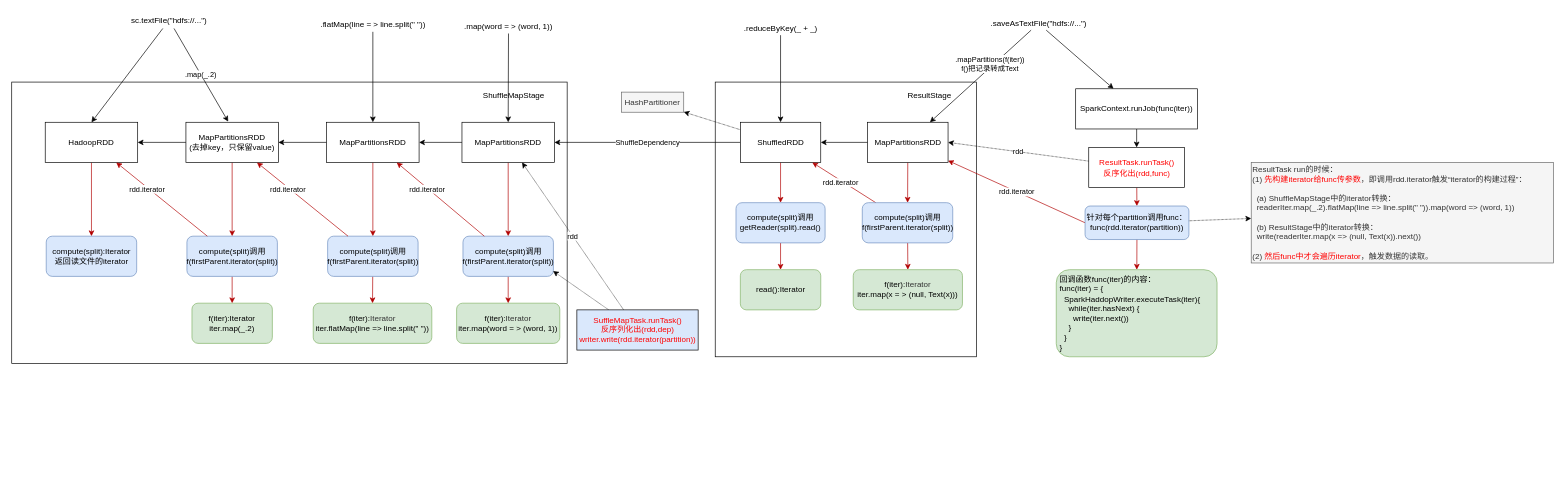
Earlier version of the draw.io diagram page "word count" (2 of 16) of Spark/源码分析/Spark.drawio (marsno1/notes). Source tidied: cells renumbered, new cells numbered last; positions are measured from the earlier drawing's top-left corner, leaving out a move shared by most shapes. Both pictures are drawn from the tidied source at 67%, with x=0, y=0 at pixel (11, 11).
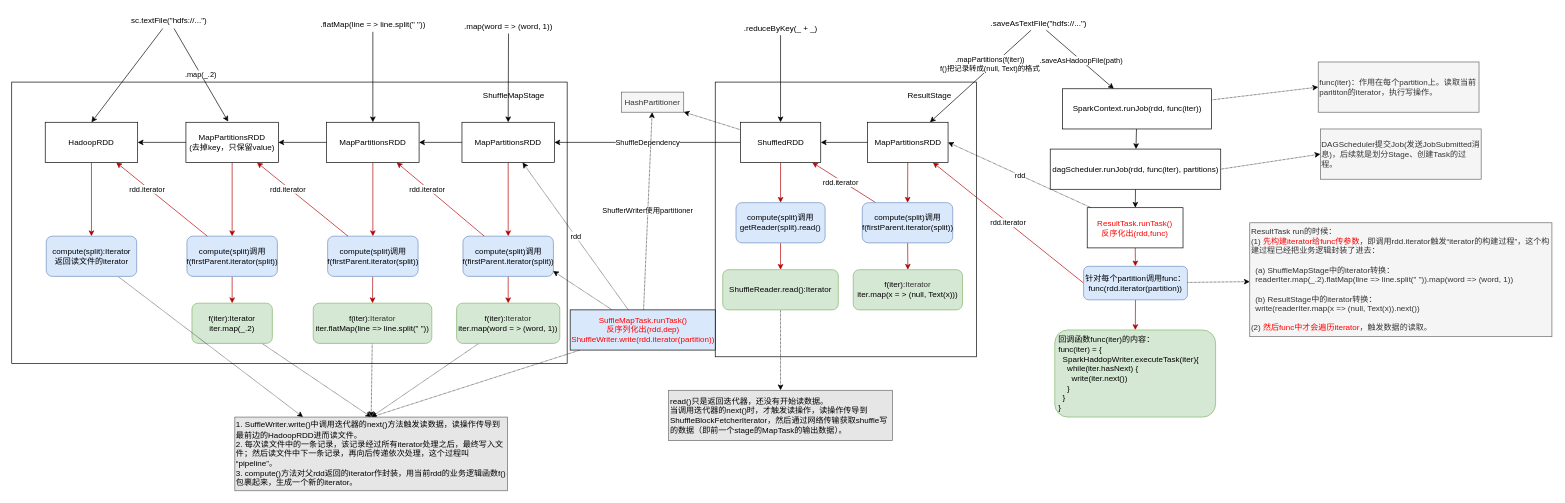
The same diagram, later.

The change refers to these unchanged cells:
```xml
<mxCell id="11" value="HashPartitioner" style="rounded=0;whiteSpace=wrap;html=1;fillColor=#f5f5f5;strokeColor=#666666;fontColor=#333333;" parent="1" vertex="1">
  <mxGeometry x="910" y="120" width="93" height="30" as="geometry" />
</mxCell>
<mxCell id="37" value="MapPartitionsRDD" style="rounded=0;whiteSpace=wrap;html=1;" parent="1" vertex="1">
  <mxGeometry x="1277.5" y="165" width="120" height="60" as="geometry" />
</mxCell>
<mxCell id="48" value="f(iter):&lt;span style=&quot;color: rgb(51 , 51 , 51)&quot;&gt;Iterator&lt;/span&gt;&lt;br&gt;iter.map(&lt;span style=&quot;color: rgb(0 , 0 , 0)&quot;&gt;word = &amp;gt; (word, 1)&lt;/span&gt;)" style="rounded=1;whiteSpace=wrap;html=1;fillColor=#d5e8d4;strokeColor=#82b366;" parent="1" vertex="1">
  <mxGeometry x="664" y="435" width="154" height="60" as="geometry" />
</mxCell>
<mxCell id="52" value="f(iter):&lt;span style=&quot;color: rgb(51 , 51 , 51)&quot;&gt;Iterator&lt;/span&gt;&lt;br&gt;iter.flatMap(line =&amp;gt; line.split(&quot; &quot;))" style="rounded=1;whiteSpace=wrap;html=1;fillColor=#d5e8d4;strokeColor=#82b366;" parent="1" vertex="1">
  <mxGeometry x="450" y="435" width="177" height="60" as="geometry" />
</mxCell>
<mxCell id="56" value="f(iter):Iterator&lt;br&gt;iter.map(_.2)" style="rounded=1;whiteSpace=wrap;html=1;fillColor=#d5e8d4;strokeColor=#82b366;" parent="1" vertex="1">
  <mxGeometry x="269" y="435" width="120" height="60" as="geometry" />
</mxCell>
<mxCell id="60" value="&lt;span&gt;compute(split):Iterator&lt;br&gt;返回读文件的iterator&lt;/span&gt;" style="rounded=1;whiteSpace=wrap;html=1;fillColor=#dae8fc;strokeColor=#6c8ebf;" parent="1" vertex="1">
  <mxGeometry x="51.5" y="335" width="135" height="60" as="geometry" />
</mxCell>
<mxCell id="61" style="edgeStyle=none;rounded=0;jettySize=auto;html=1;startArrow=none;startFill=0;endArrow=classic;endFill=1;" parent="1" edge="1" source="63" target="65">
  <mxGeometry relative="1" as="geometry" />
</mxCell>
<mxCell id="63" value=".saveAsTextFile(&quot;hdfs://...&quot;)" style="text;html=1;strokeColor=none;fillColor=none;align=center;verticalAlign=middle;whiteSpace=wrap;rounded=0;" parent="1" vertex="1">
  <mxGeometry x="1457.5" y="7.5" width="150" height="20" as="geometry" />
</mxCell>
```

The edit, as a diff of the source:
```diff
@@
     <mxCell id="34" value="&lt;font color=&quot;#ff0000&quot;&gt;ResultTask.runTask()&lt;br&gt;反序化出(rdd,func)&lt;/font&gt;" style="rounded=0;whiteSpace=wrap;html=1;" parent="1" vertex="1">
-      <mxGeometry x="1607.5" y="202.5" width="143" height="60" as="geometry" />
+      <mxGeometry x="1605.2" y="292.5" width="143" height="60" as="geometry" />
     </mxCell>
@@
     <mxCell id="40" value="&amp;nbsp;回调函数func(iter)的内容：&lt;br&gt;&amp;nbsp;func(iter) = {&lt;br&gt;&amp;nbsp; &amp;nbsp;SparkHaddopWriter.executeTask(iter)&lt;span&gt;{&lt;/span&gt;&lt;br&gt;&lt;span&gt;&amp;nbsp; &amp;nbsp; &amp;nbsp;while(iter.hasNext) {&lt;/span&gt;&lt;br&gt;&lt;span&gt;&amp;nbsp; &amp;nbsp; &amp;nbsp; &amp;nbsp;write(iter.next())&lt;/span&gt;&lt;br&gt;&lt;span&gt;&amp;nbsp; &amp;nbsp; &amp;nbsp;}&lt;/span&gt;&lt;br&gt;&lt;span&gt;&amp;nbsp; &amp;nbsp;}&lt;br&gt;&amp;nbsp;}&lt;br&gt;&lt;/span&gt;" style="rounded=1;whiteSpace=wrap;html=1;align=left;fillColor=#d5e8d4;strokeColor=#82b366;" parent="1" vertex="1">
-      <mxGeometry x="1559" y="385" width="240" height="130" as="geometry" />
+      <mxGeometry x="1556.8" y="475" width="240" height="130" as="geometry" />
     </mxCell>
+    <mxCell id="71" style="edgeStyle=none;rounded=0;jettySize=auto;html=1;dashed=1;dashPattern=1 1;" parent="1" edge="1" source="41" target="85">
+      <mxGeometry relative="1" as="geometry" />
+    </mxCell>
-    <mxCell id="41" value="read():Iterator" style="rounded=1;whiteSpace=wrap;html=1;fillColor=#d5e8d4;strokeColor=#82b366;" parent="1" vertex="1">
-      <mxGeometry x="1087.5" y="385" width="120" height="60" as="geometry" />
+    <mxCell id="41" value="ShuffleReader.read():Iterator" style="rounded=1;whiteSpace=wrap;html=1;fillColor=#d5e8d4;strokeColor=#82b366;" parent="1" vertex="1">
+      <mxGeometry x="1061.2" y="385" width="172.5" height="60" as="geometry" />
     </mxCell>
@@
     <mxCell id="43" value="&lt;span&gt;针对每个partition调用func：&lt;br&gt;func(rdd.iterator(partition))&lt;/span&gt;" style="rounded=1;whiteSpace=wrap;html=1;fillColor=#DAE8FC;strokeColor=#6c8ebf;" parent="1" vertex="1">
-      <mxGeometry x="1602" y="290" width="155" height="50" as="geometry" />
+      <mxGeometry x="1599.8" y="380" width="155" height="50" as="geometry" />
     </mxCell>
@@
+    <mxCell id="72" style="edgeStyle=none;rounded=0;jettySize=auto;html=1;entryX=0.5;entryY=0;entryDx=0;entryDy=0;dashed=1;dashPattern=1 1;" parent="1" edge="1" source="48" target="86">
+      <mxGeometry relative="1" as="geometry" />
+    </mxCell>
@@
+    <mxCell id="73" style="edgeStyle=none;rounded=0;jettySize=auto;html=1;entryX=0.5;entryY=0;entryDx=0;entryDy=0;dashed=1;dashPattern=1 1;" parent="1" edge="1" source="52" target="86">
+      <mxGeometry relative="1" as="geometry" />
+    </mxCell>
@@
+    <mxCell id="74" style="edgeStyle=none;rounded=0;jettySize=auto;html=1;entryX=0.5;entryY=0;entryDx=0;entryDy=0;dashed=1;dashPattern=1 1;" parent="1" edge="1" source="56" target="86">
+      <mxGeometry relative="1" as="geometry" />
+    </mxCell>
@@
+    <mxCell id="75" style="edgeStyle=none;rounded=0;jettySize=auto;html=1;dashed=1;dashPattern=1 1;entryX=0.25;entryY=0;entryDx=0;entryDy=0;" parent="1" edge="1" source="60" target="86">
+      <mxGeometry relative="1" as="geometry" />
+    </mxCell>
@@
+    <mxCell id="76" value=".saveAsHadoopFile(path)" style="edgeLabel;html=1;align=center;verticalAlign=middle;" parent="61" vertex="1">
+      <mxGeometry x="0.02" relative="1" as="geometry" />
+    </mxCell>
-    <mxCell id="62" value=".mapPartitions(f(iter))&lt;br&gt;f()把记录转成Text" style="edgeStyle=none;rounded=0;jettySize=auto;html=1;startArrow=none;startFill=0;endArrow=classic;endFill=1;" parent="1" edge="1" source="63" target="37">
+    <mxCell id="62" value=".mapPartitions(f(iter))&lt;br&gt;f()把记录转成(null, Text)的格式" style="edgeStyle=none;rounded=0;jettySize=auto;html=1;startArrow=none;startFill=0;endArrow=classic;endFill=1;" parent="1" edge="1" source="63" target="37">
       <mxGeometry x="-0.23" y="-5" relative="1" as="geometry">
         <mxPoint y="1" as="offset" />
       </mxGeometry>
     </mxCell>
@@
-    <mxCell id="64" style="edgeStyle=none;rounded=0;jettySize=auto;html=1;startArrow=none;startFill=0;endArrow=classic;endFill=1;" parent="1" edge="1" source="65" target="34">
+    <mxCell id="64" style="edgeStyle=none;rounded=0;jettySize=auto;html=1;startArrow=none;startFill=0;endArrow=classic;endFill=1;exitX=0.5;exitY=1;exitDx=0;exitDy=0;" parent="1" edge="1" source="82" target="34">
       <mxGeometry relative="1" as="geometry" />
     </mxCell>
+    <mxCell id="77" style="edgeStyle=none;rounded=0;jettySize=auto;html=1;entryX=0;entryY=0.5;entryDx=0;entryDy=0;dashed=1;dashPattern=1 1;" parent="1" edge="1" source="65" target="81">
+      <mxGeometry relative="1" as="geometry" />
+    </mxCell>
+    <mxCell id="78" style="edgeStyle=none;rounded=0;jettySize=auto;html=1;" parent="1" edge="1" source="65" target="82">
+      <mxGeometry relative="1" as="geometry" />
+    </mxCell>
-    <mxCell id="65" value="SparkContext.runJob(func(iter))" style="rounded=0;whiteSpace=wrap;html=1;" parent="1" vertex="1">
-      <mxGeometry x="1588" y="115" width="182" height="60" as="geometry" />
+    <mxCell id="65" value="SparkContext.runJob(rdd, func(iter))" style="rounded=0;whiteSpace=wrap;html=1;" parent="1" vertex="1">
+      <mxGeometry x="1568.5" y="115" width="222" height="60" as="geometry" />
     </mxCell>
@@
-    <mxCell id="67" value="ResultTask run的时候：&lt;br&gt;(1) &lt;font color=&quot;#ff0000&quot;&gt;先构建iterator给func传参数&lt;/font&gt;，即调用rdd.iterator触发“iterator的构建过程”：&lt;br&gt;&lt;br&gt;&amp;nbsp; (a) ShuffleMapStage中的iterator转换：&lt;br&gt;&amp;nbsp; readerIter.map(_.2).flatMap(line =&amp;gt; line.split(&quot; &quot;)).map(word =&amp;gt; (word, 1))&lt;br&gt;&lt;br&gt;&amp;nbsp; (b) ResultStage中的iterator转换：&lt;br&gt;&amp;nbsp; write(readerIter.map(x =&amp;gt; (null, Text(x)).next())&lt;br&gt;&lt;br&gt;(2) &lt;font color=&quot;#ff0000&quot;&gt;然后func中才会遍历iterator&lt;/font&gt;，触发数据的读取。" style="text;html=1;strokeColor=#666666;fillColor=#f5f5f5;align=left;verticalAlign=middle;whiteSpace=wrap;rounded=0;fontColor=#333333;" parent="1" vertex="1">
-      <mxGeometry x="1850" y="225" width="451" height="150" as="geometry" />
+    <mxCell id="67" value="ResultTask run的时候：&lt;br&gt;(1) &lt;font color=&quot;#ff0000&quot;&gt;先构建iterator给func传参数&lt;/font&gt;，即调用rdd.iterator触发“iterator的构建过程”，这个构建过程已经把业务逻辑封装了进去：&lt;br&gt;&lt;br&gt;&amp;nbsp; (a) ShuffleMapStage中的iterator转换：&lt;br&gt;&amp;nbsp; readerIter.map(_.2).flatMap(line =&amp;gt; line.split(&quot; &quot;)).map(word =&amp;gt; (word, 1))&lt;br&gt;&lt;br&gt;&amp;nbsp; (b) ResultStage中的iterator转换：&lt;br&gt;&amp;nbsp; write(readerIter.map(x =&amp;gt; (null, Text(x)).next())&lt;br&gt;&lt;br&gt;(2) &lt;font color=&quot;#ff0000&quot;&gt;然后func中才会遍历iterator&lt;/font&gt;，触发数据的读取。" style="text;html=1;strokeColor=#666666;fillColor=#f5f5f5;align=left;verticalAlign=middle;whiteSpace=wrap;rounded=0;fontColor=#333333;" parent="1" vertex="1">
+      <mxGeometry x="1847.8" y="315" width="451" height="170" as="geometry" />
     </mxCell>
@@
+    <mxCell id="79" style="edgeStyle=none;rounded=0;jettySize=auto;html=1;entryX=0.5;entryY=0;entryDx=0;entryDy=0;dashed=1;dashPattern=1 1;" parent="1" edge="1" source="70" target="86">
+      <mxGeometry relative="1" as="geometry" />
+    </mxCell>
+    <mxCell id="80" value="ShufferWriter使用partitioner" style="edgeStyle=none;rounded=0;jettySize=auto;html=1;dashed=1;dashPattern=1 1;" parent="1" edge="1" source="70" target="11">
+      <mxGeometry relative="1" as="geometry" />
+    </mxCell>
-    <mxCell id="70" value="&lt;font color=&quot;#ff0000&quot;&gt;SuffleMapTask.runTask()&lt;br&gt;反序列化出(rdd,dep)&lt;br&gt;writer.write(rdd.iterator(partition))&lt;br&gt;&lt;/font&gt;" style="rounded=0;whiteSpace=wrap;html=1;fillColor=#DAE8FC;align=center;" parent="1" vertex="1">
-      <mxGeometry x="843.5" y="445" width="181" height="60" as="geometry" />
+    <mxCell id="70" value="&lt;font color=&quot;#ff0000&quot;&gt;SuffleMapTask.runTask()&lt;br&gt;反序列化出(rdd,dep)&lt;br&gt;ShuffleWriter.write(rdd.iterator(partition))&lt;br&gt;&lt;/font&gt;" style="rounded=0;whiteSpace=wrap;html=1;fillColor=#DAE8FC;align=center;" parent="1" vertex="1">
+      <mxGeometry x="833.5" y="445" width="216.5" height="60" as="geometry" />
     </mxCell>
+    <mxCell id="81" value="func(iter)：作用在每个partition上。读取当前parititon的iterator，执行写操作。" style="text;html=1;strokeColor=#666666;fillColor=#f5f5f5;align=left;verticalAlign=middle;whiteSpace=wrap;rounded=0;fontColor=#333333;" parent="1" vertex="1">
+      <mxGeometry x="1950" y="75" width="240" height="75" as="geometry" />
+    </mxCell>
+    <mxCell id="82" value="dagScheduler.runJob(rdd, func(iter), partitions)" style="rounded=0;whiteSpace=wrap;html=1;" parent="1" vertex="1">
+      <mxGeometry x="1550" y="205" width="254.5" height="60" as="geometry" />
+    </mxCell>
+    <mxCell id="83" value="DAGScheduler提交Job(发送JobSubmitted消息)，后续就是划分Stage、创建Task的过程。" style="text;html=1;strokeColor=#666666;fillColor=#f5f5f5;align=left;verticalAlign=middle;whiteSpace=wrap;rounded=0;fontColor=#333333;" parent="1" vertex="1">
+      <mxGeometry x="1953.2" y="175" width="240" height="75" as="geometry" />
+    </mxCell>
+    <mxCell id="84" style="edgeStyle=none;rounded=0;jettySize=auto;html=1;entryX=0;entryY=0.5;entryDx=0;entryDy=0;dashed=1;dashPattern=1 1;exitX=1;exitY=0.5;exitDx=0;exitDy=0;" parent="1" edge="1" source="82" target="83">
+      <mxGeometry relative="1" as="geometry" />
+    </mxCell>
+    <mxCell id="85" value="&lt;font color=&quot;#000000&quot;&gt;read()只是返回迭代器，还没有开始读数据。&lt;br&gt;当调用迭代器的next()时，才触发读操作，读操作传导&lt;font style=&quot;font-size: 12px&quot;&gt;到&lt;span style=&quot;background-color: rgb(230 , 230 , 230)&quot;&gt;ShuffleBlockFetcherIterator，然后通过网络传输获取shuffle写的数据（即前一个stage的MapTask的输出数据）。&lt;/span&gt;&lt;/font&gt;&lt;/font&gt;" style="text;html=1;strokeColor=#666666;align=left;verticalAlign=middle;whiteSpace=wrap;rounded=0;fontColor=#333333;fillColor=#E6E6E6;" parent="1" vertex="1">
+      <mxGeometry x="980.5" y="565" width="334" height="75" as="geometry" />
+    </mxCell>
+    <mxCell id="86" value="&lt;font color=&quot;#000000&quot;&gt;1. SuffleWriter.write()中调用迭代器的next()方法触发读数据，读操作传导到最前边的HadoopRDD进而读文件。&lt;br&gt;2. 每次读文件中的一条记录，该记录经过所有iterator处理之后，最终写入文件；然后读文件中下一条记录，再向后传递依次处理，这个过程叫“pipeline”。&lt;br&gt;3. compute()方法对父rdd返回的iterator作封装，用当前rdd的业务逻辑函数f()包裹起来，生成一个新的iterator。&lt;br&gt;&lt;/font&gt;" style="text;html=1;strokeColor=#666666;align=left;verticalAlign=middle;whiteSpace=wrap;rounded=0;fontColor=#333333;fillColor=#E6E6E6;" parent="1" vertex="1">
+      <mxGeometry x="333" y="605" width="407" height="110" as="geometry" />
+    </mxCell>
```
